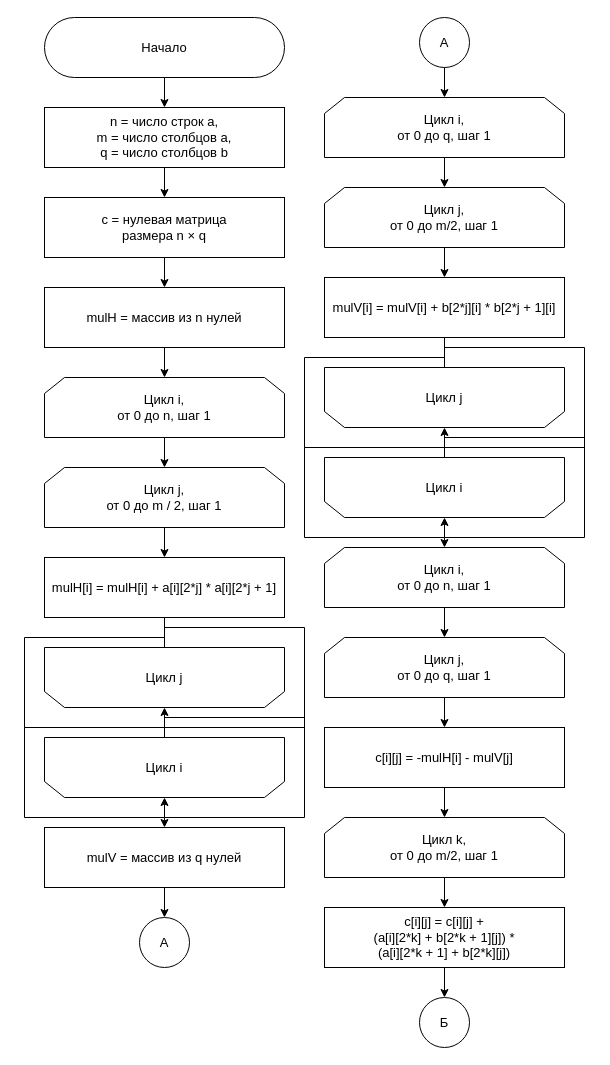
swilldi/bmstu-sem5-algorithm-analysis keeps this draw.io diagram as page "winograd-1" (2 of 9) of lab-02/report/algo.drawio. Above is the earlier version. Source tidied: cells renumbered, new cells numbered last; positions are measured from the earlier drawing's top-left corner, leaving out a move shared by most shapes. Both pictures are drawn from the tidied source at 100%, with x=0, y=0 at pixel (44, 17).
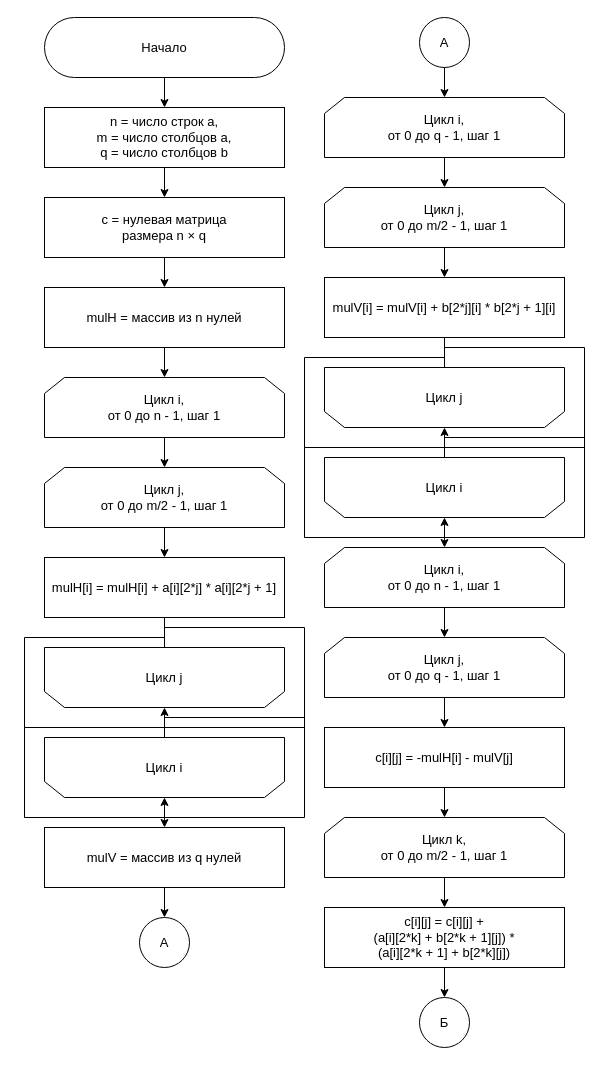
Above is the later version.

Diff of the diagram source:
```diff
@@
-    <mxCell id="9" value="&lt;div&gt;Цикл i,&lt;/div&gt;&lt;div&gt;от 0 до n, шаг 1&lt;/div&gt;" style="shape=loopLimit;whiteSpace=wrap;html=1;fontSize=13;" parent="1" vertex="1">
+    <mxCell id="9" value="&lt;div&gt;Цикл i,&lt;/div&gt;&lt;div&gt;от 0 до n - 1, шаг 1&lt;/div&gt;" style="shape=loopLimit;whiteSpace=wrap;html=1;fontSize=13;" parent="1" vertex="1">
       <mxGeometry y="360" width="240" height="60" as="geometry" />
     </mxCell>
@@
-    <mxCell id="11" value="&lt;div&gt;Цикл j,&lt;/div&gt;&lt;div&gt;от 0 до m / 2, шаг 1&lt;/div&gt;" style="shape=loopLimit;whiteSpace=wrap;html=1;fontSize=13;" parent="1" vertex="1">
+    <mxCell id="11" value="&lt;div&gt;Цикл j,&lt;/div&gt;&lt;div&gt;от 0 до m/2 - 1, шаг 1&lt;/div&gt;" style="shape=loopLimit;whiteSpace=wrap;html=1;fontSize=13;" parent="1" vertex="1">
       <mxGeometry y="450" width="240" height="60" as="geometry" />
     </mxCell>
@@
-    <mxCell id="24" value="&lt;div&gt;Цикл i,&lt;/div&gt;&lt;div&gt;от 0 до q, шаг 1&lt;/div&gt;" style="shape=loopLimit;whiteSpace=wrap;html=1;fontSize=13;" parent="1" vertex="1">
+    <mxCell id="24" value="&lt;div&gt;Цикл i,&lt;/div&gt;&lt;div&gt;от 0 до q - 1, шаг 1&lt;/div&gt;" style="shape=loopLimit;whiteSpace=wrap;html=1;fontSize=13;" parent="1" vertex="1">
       <mxGeometry x="280" y="80" width="240" height="60" as="geometry" />
     </mxCell>
@@
-    <mxCell id="26" value="&lt;div&gt;Цикл j,&lt;/div&gt;&lt;div&gt;от 0 до m/2, шаг 1&lt;/div&gt;" style="shape=loopLimit;whiteSpace=wrap;html=1;fontSize=13;" parent="1" vertex="1">
+    <mxCell id="26" value="&lt;div&gt;Цикл j,&lt;/div&gt;&lt;div&gt;от 0 до m/2 - 1, шаг 1&lt;/div&gt;" style="shape=loopLimit;whiteSpace=wrap;html=1;fontSize=13;" parent="1" vertex="1">
       <mxGeometry x="280" y="170" width="240" height="60" as="geometry" />
     </mxCell>
@@
-    <mxCell id="34" value="&lt;div&gt;Цикл i,&lt;/div&gt;&lt;div&gt;от 0 до n, шаг 1&lt;/div&gt;" style="shape=loopLimit;whiteSpace=wrap;html=1;fontSize=13;" parent="1" vertex="1">
+    <mxCell id="34" value="&lt;div&gt;Цикл i,&lt;/div&gt;&lt;div&gt;от 0 до n - 1, шаг 1&lt;/div&gt;" style="shape=loopLimit;whiteSpace=wrap;html=1;fontSize=13;" parent="1" vertex="1">
       <mxGeometry x="280" y="530" width="240" height="60" as="geometry" />
     </mxCell>
@@
-    <mxCell id="36" value="&lt;div&gt;Цикл j,&lt;/div&gt;&lt;div&gt;от 0 до q, шаг 1&lt;/div&gt;" style="shape=loopLimit;whiteSpace=wrap;html=1;fontSize=13;" parent="1" vertex="1">
+    <mxCell id="36" value="&lt;div&gt;Цикл j,&lt;/div&gt;&lt;div&gt;от 0 до q - 1, шаг 1&lt;/div&gt;" style="shape=loopLimit;whiteSpace=wrap;html=1;fontSize=13;" parent="1" vertex="1">
       <mxGeometry x="280" y="620" width="240" height="60" as="geometry" />
     </mxCell>
@@
-    <mxCell id="40" value="&lt;div&gt;Цикл k,&lt;/div&gt;&lt;div&gt;от 0 до m/2, шаг 1&lt;/div&gt;" style="shape=loopLimit;whiteSpace=wrap;html=1;fontSize=13;" parent="1" vertex="1">
+    <mxCell id="40" value="&lt;div&gt;Цикл k,&lt;/div&gt;&lt;div&gt;от 0 до m/2 - 1, шаг 1&lt;/div&gt;" style="shape=loopLimit;whiteSpace=wrap;html=1;fontSize=13;" parent="1" vertex="1">
       <mxGeometry x="280" y="800" width="240" height="60" as="geometry" />
     </mxCell>
```
